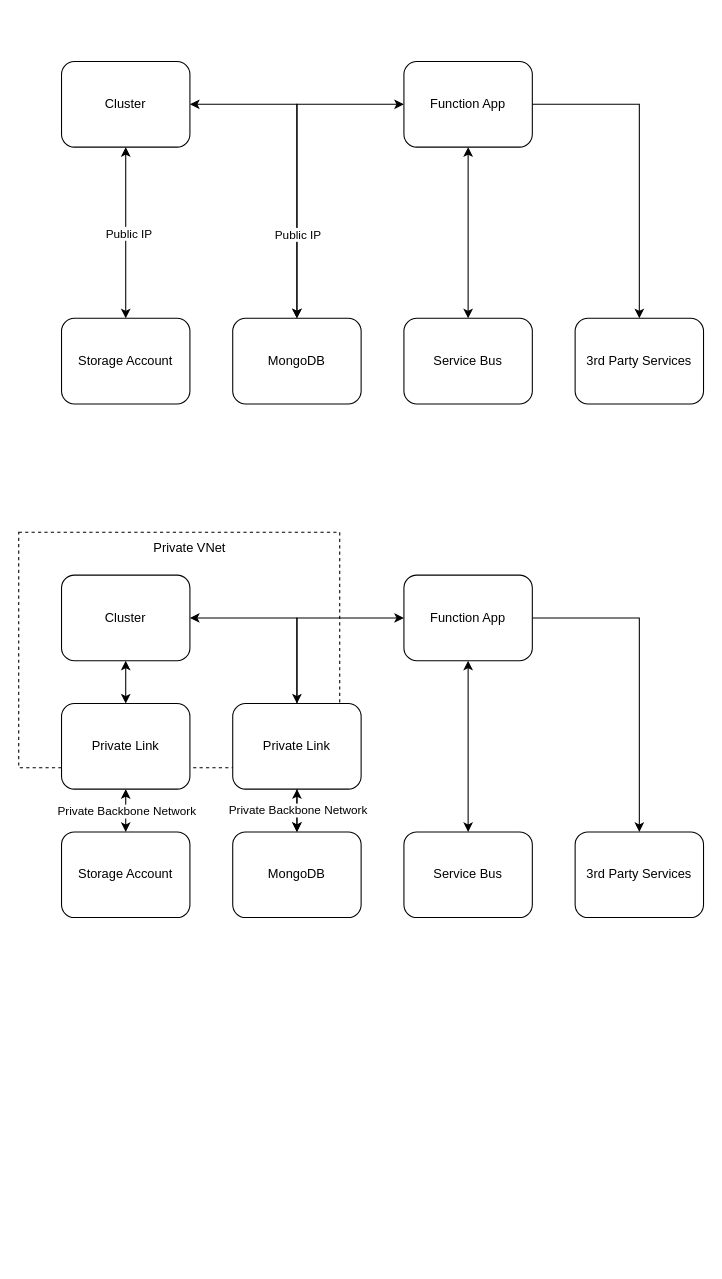
The draw.io diagram network-segmentation.drawio in fredyeah/diagrams, before the edit. Source tidied: cells renumbered, new cells numbered last; positions are measured from the earlier drawing's top-left corner, leaving out a move shared by most shapes. Both pictures are drawn from the tidied source at 107%, with x=0, y=0 at pixel (18, 61).
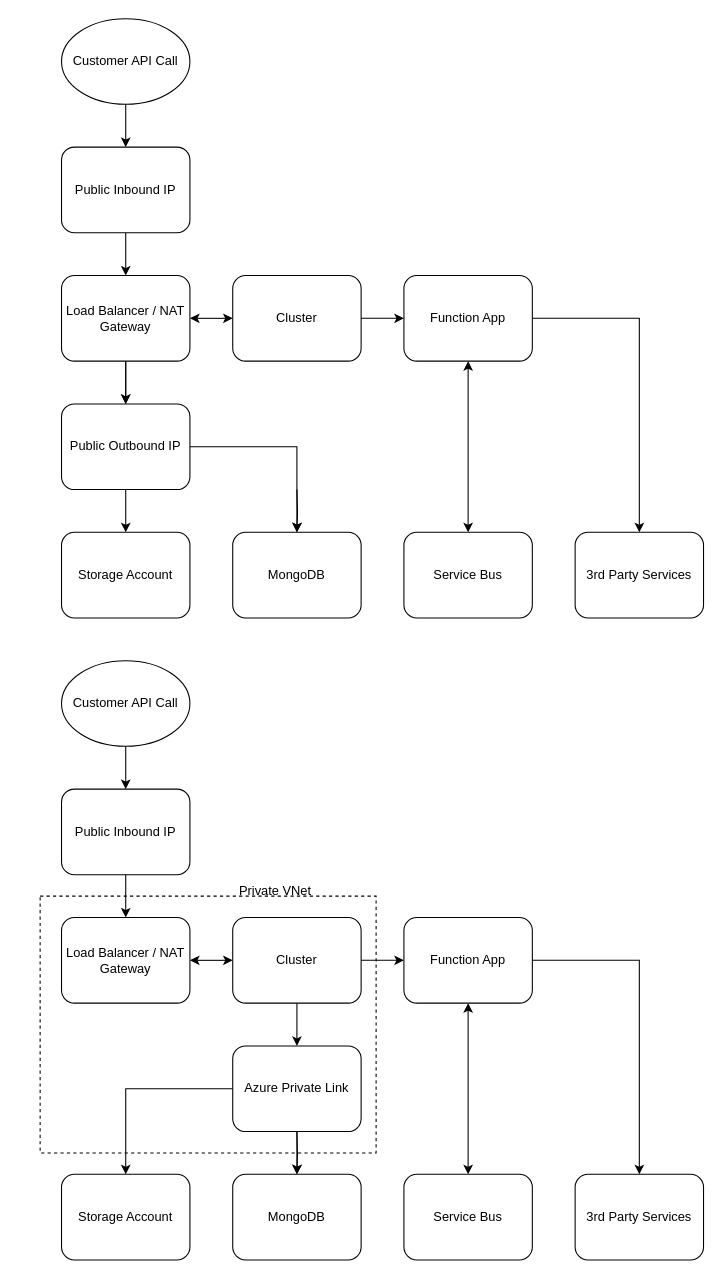
The same page after the edit.

What changed in the source:
```diff
@@
-    <mxCell id="2" style="rounded=0;whiteSpace=wrap;html=1;fillColor=none;dashed=1;" parent="1" vertex="1">
-      <mxGeometry y="440" width="300" height="220" as="geometry" />
-    </mxCell>
-    <mxCell id="3" style="edgeStyle=orthogonalEdgeStyle;rounded=0;jettySize=auto;html=1;entryX=0.5;entryY=0;entryDx=0;entryDy=0;startArrow=classic;startFill=1;exitX=0.5;exitY=1;exitDx=0;exitDy=0;" parent="1" edge="1" source="6" target="7">
+    <mxCell id="3" style="edgeStyle=orthogonalEdgeStyle;rounded=0;jettySize=auto;html=1;entryX=0.5;entryY=0;entryDx=0;entryDy=0;startArrow=none;startFill=0;exitX=0.5;exitY=1;exitDx=0;exitDy=0;" parent="1" edge="1" source="40" target="7">
       <mxGeometry relative="1" as="geometry" />
     </mxCell>
-    <mxCell id="4" value="Public IP" style="edgeLabel;html=1;align=center;verticalAlign=middle;" parent="3" vertex="1">
-      <mxGeometry y="2" relative="1" as="geometry" />
-    </mxCell>
-    <mxCell id="5" style="edgeStyle=orthogonalEdgeStyle;rounded=0;jettySize=auto;html=1;entryX=0.5;entryY=0;entryDx=0;entryDy=0;startArrow=classic;startFill=1;" parent="1" edge="1" source="6" target="8">
-      <mxGeometry relative="1" as="geometry" />
-    </mxCell>
-    <mxCell id="6" value="Cluster" style="rounded=1;whiteSpace=wrap;html=1;" parent="1" vertex="1">
-      <mxGeometry x="40" width="120" height="80" as="geometry" />
-    </mxCell>
     <mxCell id="7" value="Storage Account" style="rounded=1;whiteSpace=wrap;html=1;" parent="1" vertex="1">
-      <mxGeometry x="40" y="240" width="120" height="80" as="geometry" />
+      <mxGeometry x="40" y="440" width="120" height="80" as="geometry" />
     </mxCell>
     <mxCell id="8" value="MongoDB" style="rounded=1;whiteSpace=wrap;html=1;" parent="1" vertex="1">
-      <mxGeometry x="200" y="240" width="120" height="80" as="geometry" />
+      <mxGeometry x="200" y="440" width="120" height="80" as="geometry" />
     </mxCell>
-    <mxCell id="9" style="edgeStyle=orthogonalEdgeStyle;rounded=0;jettySize=auto;html=1;entryX=0.5;entryY=0;entryDx=0;entryDy=0;startArrow=classic;startFill=1;" parent="1" edge="1" source="13" target="8">
-      <mxGeometry relative="1" as="geometry" />
+    <mxCell id="9" style="edgeStyle=orthogonalEdgeStyle;rounded=0;jettySize=auto;html=1;entryX=0.5;entryY=0;entryDx=0;entryDy=0;startArrow=none;startFill=0;" parent="1" edge="1" target="8">
+      <mxGeometry relative="1" as="geometry">
+        <mxPoint x="260" y="400" as="sourcePoint" />
+      </mxGeometry>
     </mxCell>
-    <mxCell id="10" value="Public IP" style="edgeLabel;html=1;align=center;verticalAlign=middle;" parent="9" vertex="1">
-      <mxGeometry x="0.39" relative="1" as="geometry">
-        <mxPoint y="12" as="offset" />
-      </mxGeometry>
-    </mxCell>
@@
     <mxCell id="13" value="Function App" style="rounded=1;whiteSpace=wrap;html=1;" parent="1" vertex="1">
-      <mxGeometry x="360" width="120" height="80" as="geometry" />
+      <mxGeometry x="360" y="200" width="120" height="80" as="geometry" />
     </mxCell>
     <mxCell id="14" value="Service Bus" style="rounded=1;whiteSpace=wrap;html=1;" parent="1" vertex="1">
-      <mxGeometry x="360" y="240" width="120" height="80" as="geometry" />
+      <mxGeometry x="360" y="440" width="120" height="80" as="geometry" />
     </mxCell>
     <mxCell id="15" value="3rd Party Services" style="rounded=1;whiteSpace=wrap;html=1;" parent="1" vertex="1">
-      <mxGeometry x="520" y="240" width="120" height="80" as="geometry" />
+      <mxGeometry x="520" y="440" width="120" height="80" as="geometry" />
     </mxCell>
-    <mxCell id="16" style="edgeStyle=orthogonalEdgeStyle;rounded=0;jettySize=auto;html=1;entryX=0.5;entryY=0;entryDx=0;entryDy=0;startArrow=classic;startFill=1;exitX=0.5;exitY=1;exitDx=0;exitDy=0;" parent="1" edge="1" source="32" target="20">
-      <mxGeometry relative="1" as="geometry" />
-    </mxCell>
-    <mxCell id="17" value="Private Backbone Network" style="edgeLabel;html=1;align=center;verticalAlign=middle;" parent="16" vertex="1">
-      <mxGeometry relative="1" as="geometry" />
-    </mxCell>
-    <mxCell id="18" style="edgeStyle=orthogonalEdgeStyle;rounded=0;jettySize=auto;html=1;entryX=0.5;entryY=0;entryDx=0;entryDy=0;startArrow=classic;startFill=1;" parent="1" edge="1" source="19" target="21">
-      <mxGeometry relative="1" as="geometry" />
-    </mxCell>
-    <mxCell id="19" value="Cluster" style="rounded=1;whiteSpace=wrap;html=1;" parent="1" vertex="1">
-      <mxGeometry x="40" y="480" width="120" height="80" as="geometry" />
-    </mxCell>
+    <mxCell id="34" style="edgeStyle=orthogonalEdgeStyle;rounded=0;jettySize=auto;html=1;entryX=0.5;entryY=0;entryDx=0;entryDy=0;" parent="1" edge="1" source="40" target="8">
+      <mxGeometry relative="1" as="geometry">
+        <Array as="points">
+          <mxPoint x="260" y="360" />
+        </Array>
+      </mxGeometry>
+    </mxCell>
+    <mxCell id="35" value="Load Balancer / NAT Gateway" style="rounded=1;whiteSpace=wrap;html=1;" parent="1" vertex="1">
+      <mxGeometry x="40" y="200" width="120" height="80" as="geometry" />
+    </mxCell>
+    <mxCell id="36" style="edgeStyle=orthogonalEdgeStyle;rounded=0;jettySize=auto;html=1;entryX=0.5;entryY=0;entryDx=0;entryDy=0;startArrow=classic;startFill=1;" parent="1" edge="1" source="13" target="6">
+      <mxGeometry relative="1" as="geometry">
+        <Array as="points">
+          <mxPoint x="260" y="240" />
+        </Array>
+      </mxGeometry>
+    </mxCell>
+    <mxCell id="37" style="edgeStyle=orthogonalEdgeStyle;rounded=0;jettySize=auto;html=1;entryX=1;entryY=0.5;entryDx=0;entryDy=0;startArrow=classic;startFill=1;" parent="1" edge="1" source="6" target="35">
+      <mxGeometry relative="1" as="geometry" />
+    </mxCell>
+    <mxCell id="6" value="Cluster" style="rounded=1;whiteSpace=wrap;html=1;" parent="1" vertex="1">
+      <mxGeometry x="200" y="200" width="120" height="80" as="geometry" />
+    </mxCell>
+    <mxCell id="38" style="edgeStyle=orthogonalEdgeStyle;rounded=0;jettySize=auto;html=1;entryX=0.5;entryY=0;entryDx=0;entryDy=0;startArrow=none;startFill=0;exitX=0.5;exitY=1;exitDx=0;exitDy=0;" parent="1" edge="1" source="35" target="40">
+      <mxGeometry relative="1" as="geometry" />
+    </mxCell>
+    <mxCell id="39" style="edgeStyle=orthogonalEdgeStyle;rounded=0;jettySize=auto;html=1;entryX=0.5;entryY=0;entryDx=0;entryDy=0;" parent="1" edge="1" source="35" target="40">
+      <mxGeometry relative="1" as="geometry" />
+    </mxCell>
+    <mxCell id="40" value="Public Outbound IP" style="rounded=1;whiteSpace=wrap;html=1;" parent="1" vertex="1">
+      <mxGeometry x="40" y="320" width="120" height="80" as="geometry" />
+    </mxCell>
+    <mxCell id="41" style="edgeStyle=orthogonalEdgeStyle;rounded=0;jettySize=auto;html=1;entryX=0.5;entryY=0;entryDx=0;entryDy=0;" parent="1" edge="1" source="42" target="35">
+      <mxGeometry relative="1" as="geometry" />
+    </mxCell>
+    <mxCell id="42" value="Public Inbound IP" style="rounded=1;whiteSpace=wrap;html=1;" parent="1" vertex="1">
+      <mxGeometry x="40" y="80" width="120" height="80" as="geometry" />
+    </mxCell>
+    <mxCell id="43" style="edgeStyle=orthogonalEdgeStyle;rounded=0;jettySize=auto;html=1;entryX=0.5;entryY=0;entryDx=0;entryDy=0;" parent="1" edge="1" source="44" target="42">
+      <mxGeometry relative="1" as="geometry" />
+    </mxCell>
+    <mxCell id="44" value="Customer API Call" style="ellipse;whiteSpace=wrap;html=1;" parent="1" vertex="1">
+      <mxGeometry x="40" y="-40" width="120" height="80" as="geometry" />
+    </mxCell>
+    <mxCell id="45" style="edgeStyle=orthogonalEdgeStyle;rounded=0;jettySize=auto;html=1;entryX=0.5;entryY=0;entryDx=0;entryDy=0;startArrow=none;startFill=0;exitX=0.5;exitY=1;exitDx=0;exitDy=0;" parent="1" edge="1" source="52" target="20">
+      <mxGeometry relative="1" as="geometry">
+        <Array as="points">
+          <mxPoint x="260" y="960" />
+          <mxPoint x="100" y="960" />
+        </Array>
+      </mxGeometry>
+    </mxCell>
     <mxCell id="20" value="Storage Account" style="rounded=1;whiteSpace=wrap;html=1;" parent="1" vertex="1">
-      <mxGeometry x="40" y="720" width="120" height="80" as="geometry" />
+      <mxGeometry x="40" y="1040" width="120" height="80" as="geometry" />
     </mxCell>
     <mxCell id="21" value="MongoDB" style="rounded=1;whiteSpace=wrap;html=1;" parent="1" vertex="1">
-      <mxGeometry x="200" y="720" width="120" height="80" as="geometry" />
+      <mxGeometry x="200" y="1040" width="120" height="80" as="geometry" />
     </mxCell>
-    <mxCell id="22" style="edgeStyle=orthogonalEdgeStyle;rounded=0;jettySize=auto;html=1;entryX=0.5;entryY=0;entryDx=0;entryDy=0;startArrow=classic;startFill=1;" parent="1" edge="1" source="30" target="21">
-      <mxGeometry relative="1" as="geometry" />
-    </mxCell>
-    <mxCell id="23" value="Private Backbone Network" style="edgeLabel;html=1;align=center;verticalAlign=middle;" parent="22" vertex="1">
-      <mxGeometry x="-0.05" relative="1" as="geometry" />
-    </mxCell>
+    <mxCell id="46" style="edgeStyle=orthogonalEdgeStyle;rounded=0;jettySize=auto;html=1;entryX=0.5;entryY=0;entryDx=0;entryDy=0;startArrow=none;startFill=0;" parent="1" edge="1" target="21">
+      <mxGeometry relative="1" as="geometry">
+        <mxPoint x="260" y="1000" as="sourcePoint" />
+      </mxGeometry>
+    </mxCell>
@@
     <mxCell id="26" value="Function App" style="rounded=1;whiteSpace=wrap;html=1;" parent="1" vertex="1">
-      <mxGeometry x="360" y="480" width="120" height="80" as="geometry" />
+      <mxGeometry x="360" y="800" width="120" height="80" as="geometry" />
     </mxCell>
     <mxCell id="27" value="Service Bus" style="rounded=1;whiteSpace=wrap;html=1;" parent="1" vertex="1">
-      <mxGeometry x="360" y="720" width="120" height="80" as="geometry" />
+      <mxGeometry x="360" y="1040" width="120" height="80" as="geometry" />
     </mxCell>
     <mxCell id="28" value="3rd Party Services" style="rounded=1;whiteSpace=wrap;html=1;" parent="1" vertex="1">
-      <mxGeometry x="520" y="720" width="120" height="80" as="geometry" />
+      <mxGeometry x="520" y="1040" width="120" height="80" as="geometry" />
     </mxCell>
-    <mxCell id="29" style="edgeStyle=orthogonalEdgeStyle;rounded=0;jettySize=auto;html=1;entryX=0.5;entryY=0;entryDx=0;entryDy=0;startArrow=classic;startFill=1;" parent="1" edge="1" source="26" target="30">
-      <mxGeometry relative="1" as="geometry" />
-    </mxCell>
-    <mxCell id="30" value="Private Link" style="rounded=1;whiteSpace=wrap;html=1;" parent="1" vertex="1">
-      <mxGeometry x="200" y="600" width="120" height="80" as="geometry" />
-    </mxCell>
-    <mxCell id="31" style="edgeStyle=orthogonalEdgeStyle;rounded=0;jettySize=auto;html=1;entryX=0.5;entryY=0;entryDx=0;entryDy=0;startArrow=classic;startFill=1;exitX=0.5;exitY=1;exitDx=0;exitDy=0;" parent="1" edge="1" source="19" target="32">
-      <mxGeometry relative="1" as="geometry" />
-    </mxCell>
-    <mxCell id="32" value="Private Link" style="rounded=1;whiteSpace=wrap;html=1;" parent="1" vertex="1">
-      <mxGeometry x="40" y="600" width="120" height="80" as="geometry" />
-    </mxCell>
+    <mxCell id="47" style="edgeStyle=orthogonalEdgeStyle;rounded=0;jettySize=auto;html=1;entryX=0.5;entryY=0;entryDx=0;entryDy=0;" parent="1" edge="1" source="52" target="21">
+      <mxGeometry relative="1" as="geometry">
+        <Array as="points">
+          <mxPoint x="260" y="960" />
+        </Array>
+      </mxGeometry>
+    </mxCell>
+    <mxCell id="48" value="Load Balancer / NAT Gateway" style="rounded=1;whiteSpace=wrap;html=1;" parent="1" vertex="1">
+      <mxGeometry x="40" y="800" width="120" height="80" as="geometry" />
+    </mxCell>
+    <mxCell id="49" style="edgeStyle=orthogonalEdgeStyle;rounded=0;jettySize=auto;html=1;entryX=0.5;entryY=0;entryDx=0;entryDy=0;startArrow=classic;startFill=1;" parent="1" edge="1" source="26" target="19">
+      <mxGeometry relative="1" as="geometry">
+        <Array as="points">
+          <mxPoint x="260" y="840" />
+        </Array>
+      </mxGeometry>
+    </mxCell>
+    <mxCell id="50" style="edgeStyle=orthogonalEdgeStyle;rounded=0;jettySize=auto;html=1;entryX=1;entryY=0.5;entryDx=0;entryDy=0;startArrow=classic;startFill=1;" parent="1" edge="1" source="19" target="48">
+      <mxGeometry relative="1" as="geometry" />
+    </mxCell>
+    <mxCell id="51" style="edgeStyle=orthogonalEdgeStyle;rounded=0;jettySize=auto;html=1;entryX=0.5;entryY=0;entryDx=0;entryDy=0;" parent="1" edge="1" source="19" target="52">
+      <mxGeometry relative="1" as="geometry" />
+    </mxCell>
+    <mxCell id="19" value="Cluster" style="rounded=1;whiteSpace=wrap;html=1;" parent="1" vertex="1">
+      <mxGeometry x="200" y="800" width="120" height="80" as="geometry" />
+    </mxCell>
+    <mxCell id="52" value="Azure Private Link" style="rounded=1;whiteSpace=wrap;html=1;" parent="1" vertex="1">
+      <mxGeometry x="200" y="920" width="120" height="80" as="geometry" />
+    </mxCell>
+    <mxCell id="53" style="edgeStyle=orthogonalEdgeStyle;rounded=0;jettySize=auto;html=1;entryX=0.5;entryY=0;entryDx=0;entryDy=0;" parent="1" edge="1" source="54" target="48">
+      <mxGeometry relative="1" as="geometry" />
+    </mxCell>
+    <mxCell id="54" value="Public Inbound IP" style="rounded=1;whiteSpace=wrap;html=1;" parent="1" vertex="1">
+      <mxGeometry x="40" y="680" width="120" height="80" as="geometry" />
+    </mxCell>
+    <mxCell id="55" style="edgeStyle=orthogonalEdgeStyle;rounded=0;jettySize=auto;html=1;entryX=0.5;entryY=0;entryDx=0;entryDy=0;" parent="1" edge="1" source="56" target="54">
+      <mxGeometry relative="1" as="geometry" />
+    </mxCell>
+    <mxCell id="56" value="Customer API Call" style="ellipse;whiteSpace=wrap;html=1;" parent="1" vertex="1">
+      <mxGeometry x="40" y="560" width="120" height="80" as="geometry" />
+    </mxCell>
+    <mxCell id="57" style="rounded=0;whiteSpace=wrap;html=1;fillColor=none;dashed=1;" parent="1" vertex="1">
+      <mxGeometry x="20" y="780" width="314" height="240" as="geometry" />
+    </mxCell>
     <mxCell id="33" value="Private VNet" style="text;html=1;strokeColor=none;fillColor=none;align=center;verticalAlign=middle;whiteSpace=wrap;rounded=0;" parent="1" vertex="1">
-      <mxGeometry x="120" y="440" width="80" height="30" as="geometry" />
+      <mxGeometry x="200" y="760" width="80" height="30" as="geometry" />
     </mxCell>
```
